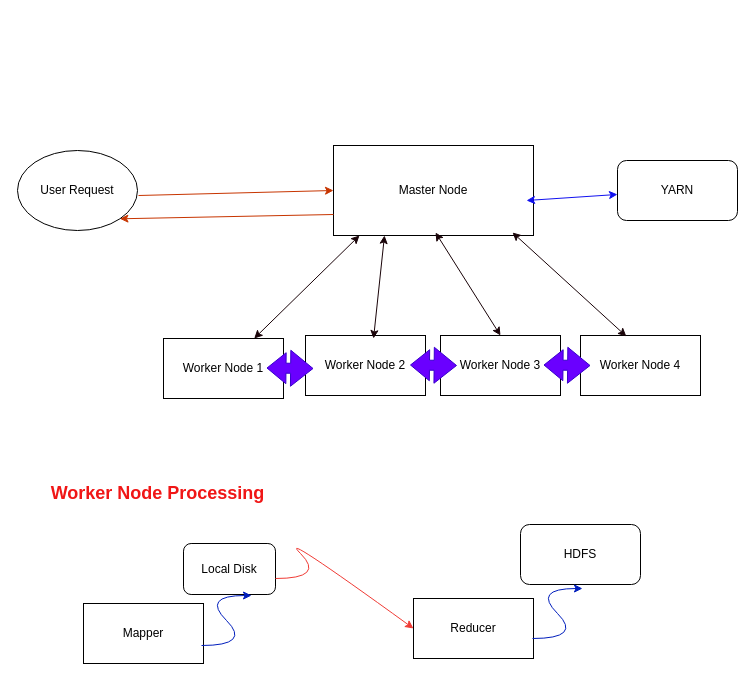
This is hadoop.drawio from sammedtech/DataEngineering, a draw.io file, before an edit. Source tidied: cells renumbered, new cells numbered last; positions are measured from the earlier drawing's top-left corner, leaving out a move shared by most shapes. Both pictures are drawn from the tidied source at 100%, with x=0, y=0 at pixel (17, 145).
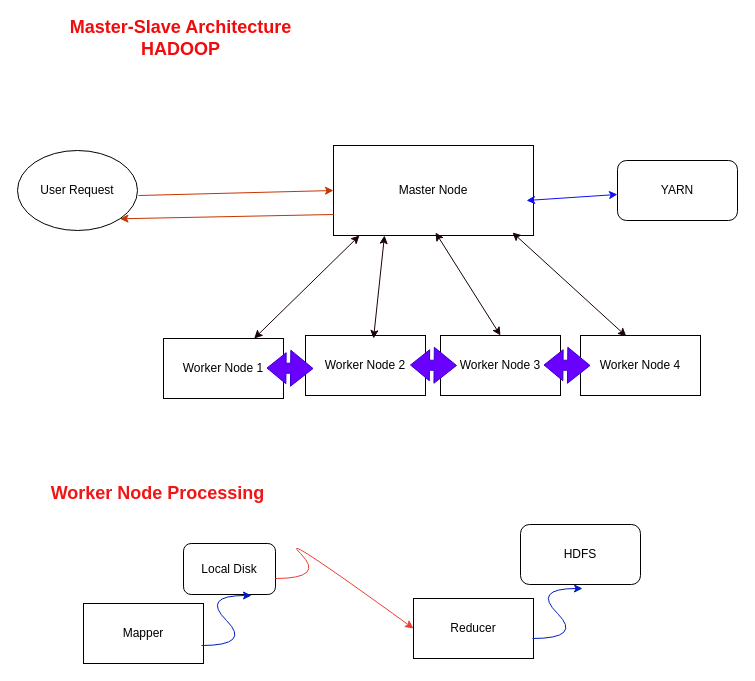
Above is the later version.

Diff of the diagram source:
```diff
@@
+    <mxCell id="27" value="&lt;font color=&quot;#f00c0c&quot; style=&quot;font-size: 18px;&quot;&gt;&lt;b&gt;Master-Slave Architecture&lt;br&gt;HADOOP&lt;br&gt;&lt;/b&gt;&lt;/font&gt;" style="text;html=1;strokeColor=none;fillColor=none;align=center;verticalAlign=middle;whiteSpace=wrap;rounded=0;" parent="1" vertex="1">
+      <mxGeometry x="11" y="-122" width="305" height="30" as="geometry" />
+    </mxCell>
```
